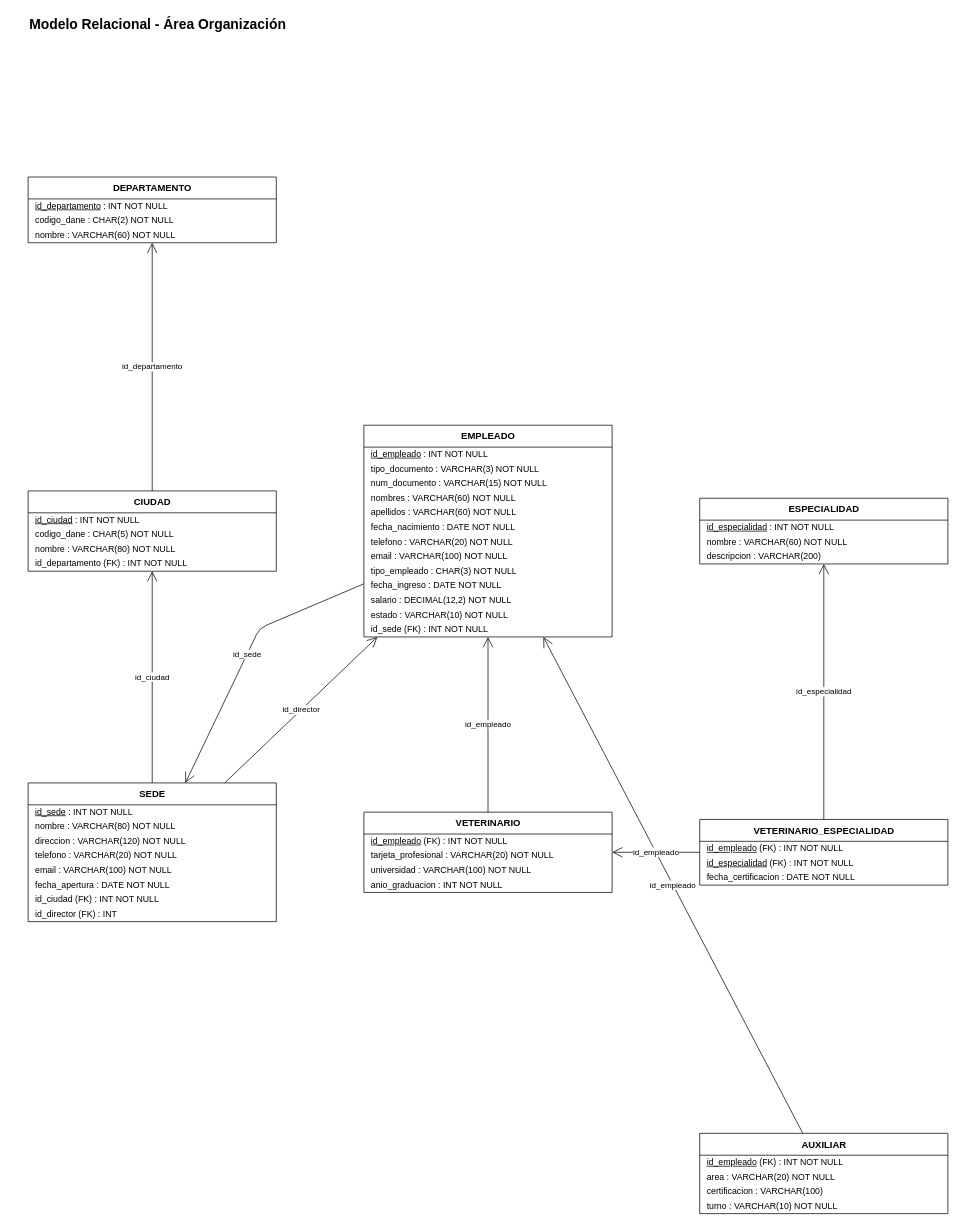
Estarlan/proyecto-bd1-sigevet keeps this draw.io diagram as documentos/fase1/diagramas_drawio/24_Relacional_Organizacion.drawio. Above is the earlier version. Source tidied: cells renumbered, new cells numbered last; positions are measured from the earlier drawing's top-left corner, leaving out a move shared by most shapes. Both pictures are drawn from the tidied source at 73%, with x=0, y=0 at pixel (28, 12).
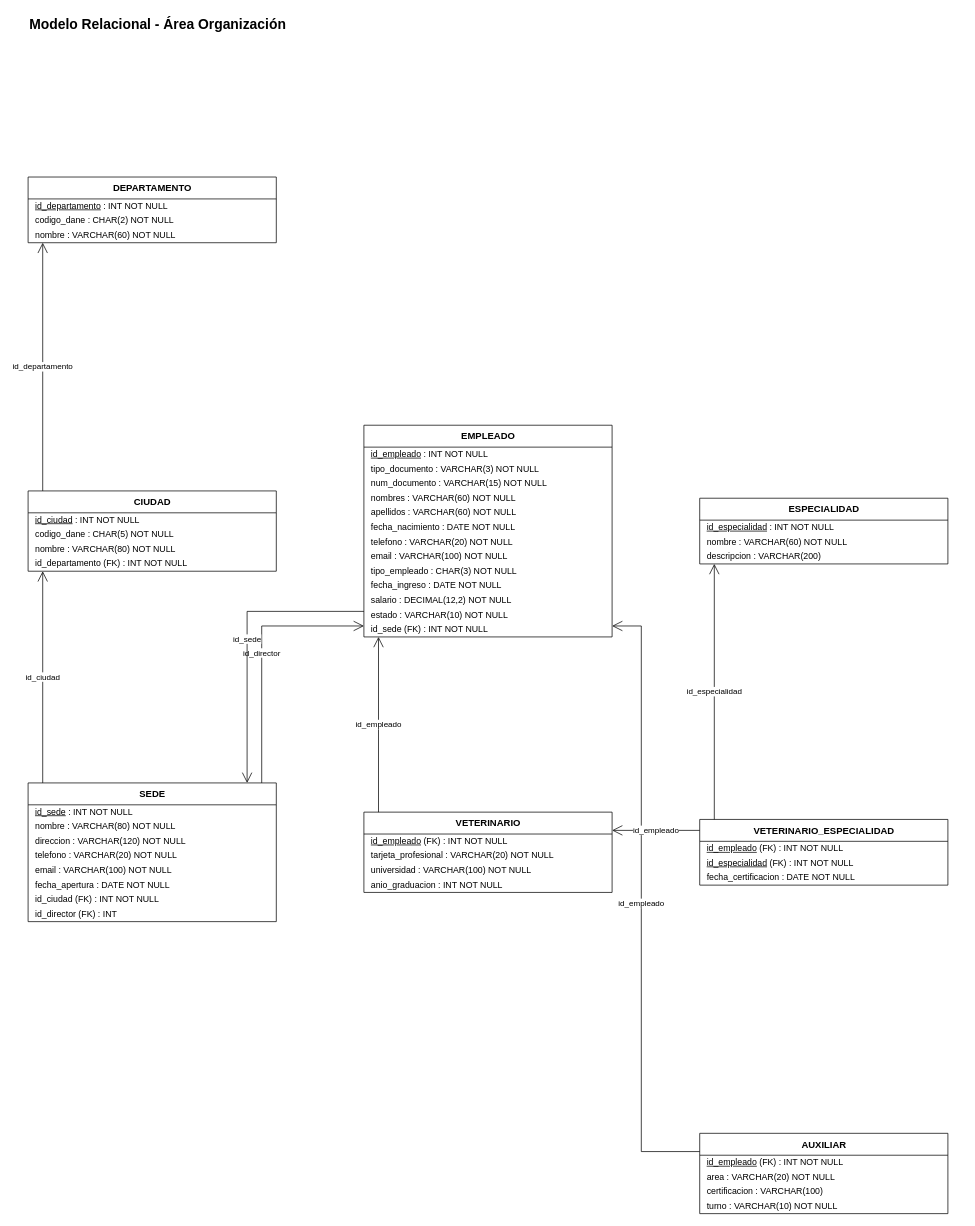
Above is the later version.

The change refers to these unchanged cells:
```xml
<mxCell id="3" value="DEPARTAMENTO" style="swimlane;fontStyle=1;horizontal=1;startSize=30;html=1;fillColor=none;swimlaneFillColor=none;fontSize=13;" parent="1" vertex="1">
  <mxGeometry y="225" width="340" height="90" as="geometry" />
</mxCell>
<mxCell id="7" value="CIUDAD" style="swimlane;fontStyle=1;horizontal=1;startSize=30;html=1;fillColor=none;swimlaneFillColor=none;fontSize=13;" parent="1" vertex="1">
  <mxGeometry y="655" width="340" height="110" as="geometry" />
</mxCell>
<mxCell id="12" value="SEDE" style="swimlane;fontStyle=1;horizontal=1;startSize=30;html=1;fillColor=none;swimlaneFillColor=none;fontSize=13;" parent="1" vertex="1">
  <mxGeometry y="1055" width="340" height="190" as="geometry" />
</mxCell>
<mxCell id="21" value="EMPLEADO" style="swimlane;fontStyle=1;horizontal=1;startSize=30;html=1;fillColor=none;swimlaneFillColor=none;fontSize=13;" parent="1" vertex="1">
  <mxGeometry x="460" y="565" width="340" height="290" as="geometry" />
</mxCell>
<mxCell id="35" value="VETERINARIO" style="swimlane;fontStyle=1;horizontal=1;startSize=30;html=1;fillColor=none;swimlaneFillColor=none;fontSize=13;" parent="1" vertex="1">
  <mxGeometry x="460" y="1095" width="340" height="110" as="geometry" />
</mxCell>
<mxCell id="40" value="AUXILIAR" style="swimlane;fontStyle=1;horizontal=1;startSize=30;html=1;fillColor=none;swimlaneFillColor=none;fontSize=13;" parent="1" vertex="1">
  <mxGeometry x="920" y="1535" width="340" height="110" as="geometry" />
</mxCell>
<mxCell id="45" value="ESPECIALIDAD" style="swimlane;fontStyle=1;horizontal=1;startSize=30;html=1;fillColor=none;swimlaneFillColor=none;fontSize=13;" parent="1" vertex="1">
  <mxGeometry x="920" y="665" width="340" height="90" as="geometry" />
</mxCell>
<mxCell id="49" value="VETERINARIO_ESPECIALIDAD" style="swimlane;fontStyle=1;horizontal=1;startSize=30;html=1;fillColor=none;swimlaneFillColor=none;fontSize=13;" parent="1" vertex="1">
  <mxGeometry x="920" y="1105" width="340" height="90" as="geometry" />
</mxCell>
```

What changed in the source:
```diff
@@
-    <mxCell id="53" value="id_departamento" style="html=1;endArrow=none;fontSize=12;labelBackgroundColor=default;endArrow=open;endFill=0;endSize=12;fontSize=11;jumpStyle=arc;jumpSize=10;" parent="1" edge="1" source="7" target="3">
-      <mxGeometry relative="1" as="geometry" />
+    <mxCell id="53" value="id_departamento" style="html=1;endArrow=none;fontSize=12;labelBackgroundColor=default;endArrow=open;endFill=0;endSize=12;fontSize=11;jumpStyle=gap;jumpSize=8;edgeStyle=none;rounded=0;exitX=0.05882353;exitY=0.00000000;exitPerimeter=0;entryX=0.05882353;entryY=1.00000000;entryPerimeter=0;" parent="1" edge="1" source="7" target="3">
+      <mxGeometry relative="1" as="geometry">
+        <Array as="points">
+          <mxPoint x="20" y="640" />
+          <mxPoint x="20" y="340" />
+        </Array>
+      </mxGeometry>
     </mxCell>
-    <mxCell id="54" value="id_ciudad" style="html=1;endArrow=none;fontSize=12;labelBackgroundColor=default;endArrow=open;endFill=0;endSize=12;fontSize=11;jumpStyle=arc;jumpSize=10;" parent="1" edge="1" source="12" target="7">
-      <mxGeometry relative="1" as="geometry" />
+    <mxCell id="54" value="id_ciudad" style="html=1;endArrow=none;fontSize=12;labelBackgroundColor=default;endArrow=open;endFill=0;endSize=12;fontSize=11;jumpStyle=gap;jumpSize=8;edgeStyle=none;rounded=0;exitX=0.05882353;exitY=0.00000000;exitPerimeter=0;entryX=0.05882353;entryY=1.00000000;entryPerimeter=0;" parent="1" edge="1" source="12" target="7">
+      <mxGeometry relative="1" as="geometry">
+        <Array as="points">
+          <mxPoint x="20" y="1040" />
+          <mxPoint x="20" y="780" />
+        </Array>
+      </mxGeometry>
     </mxCell>
-    <mxCell id="55" value="id_director" style="html=1;endArrow=none;fontSize=12;labelBackgroundColor=default;endArrow=open;endFill=0;endSize=12;fontSize=11;jumpStyle=arc;jumpSize=10;" parent="1" edge="1" source="12" target="21">
-      <mxGeometry relative="1" as="geometry" />
+    <mxCell id="55" value="id_director" style="html=1;endArrow=none;fontSize=12;labelBackgroundColor=default;endArrow=open;endFill=0;endSize=12;fontSize=11;jumpStyle=gap;jumpSize=8;edgeStyle=none;rounded=0;exitX=0.94117647;exitY=0.00000000;exitPerimeter=0;entryX=0.00000000;entryY=0.94827586;entryPerimeter=0;" parent="1" edge="1" source="12" target="21">
+      <mxGeometry relative="1" as="geometry">
+        <Array as="points">
+          <mxPoint x="320" y="1040" />
+          <mxPoint x="320" y="840" />
+          <mxPoint x="440" y="840" />
+        </Array>
+      </mxGeometry>
     </mxCell>
-    <mxCell id="56" value="id_sede" style="html=1;endArrow=none;fontSize=12;labelBackgroundColor=default;endArrow=open;endFill=0;endSize=12;fontSize=11;jumpStyle=arc;jumpSize=10;" parent="1" edge="1" source="21" target="12">
+    <mxCell id="56" value="id_sede" style="html=1;endArrow=none;fontSize=12;labelBackgroundColor=default;endArrow=open;endFill=0;endSize=12;fontSize=11;jumpStyle=gap;jumpSize=8;edgeStyle=none;rounded=0;exitX=0.00000000;exitY=0.87931034;exitPerimeter=0;entryX=0.88235294;entryY=0.00000000;entryPerimeter=0;" parent="1" edge="1" source="21" target="12">
       <mxGeometry relative="1" as="geometry">
         <Array as="points">
-          <mxPoint x="317" y="843" />
+          <mxPoint x="440" y="820" />
+          <mxPoint x="300" y="820" />
+          <mxPoint x="300" y="1040" />
         </Array>
       </mxGeometry>
     </mxCell>
-    <mxCell id="57" value="id_empleado" style="html=1;endArrow=none;fontSize=12;labelBackgroundColor=default;endArrow=open;endFill=0;endSize=12;fontSize=11;jumpStyle=arc;jumpSize=10;" parent="1" edge="1" source="35" target="21">
-      <mxGeometry relative="1" as="geometry" />
+    <mxCell id="57" value="id_empleado" style="html=1;endArrow=none;fontSize=12;labelBackgroundColor=default;endArrow=open;endFill=0;endSize=12;fontSize=11;jumpStyle=gap;jumpSize=8;edgeStyle=none;rounded=0;exitX=0.05882353;exitY=0.00000000;exitPerimeter=0;entryX=0.05882353;entryY=1.00000000;entryPerimeter=0;" parent="1" edge="1" source="35" target="21">
+      <mxGeometry relative="1" as="geometry">
+        <Array as="points">
+          <mxPoint x="480" y="1080" />
+          <mxPoint x="480" y="880" />
+        </Array>
+      </mxGeometry>
     </mxCell>
-    <mxCell id="58" value="id_empleado" style="html=1;endArrow=none;fontSize=12;labelBackgroundColor=default;endArrow=open;endFill=0;endSize=12;fontSize=11;jumpStyle=arc;jumpSize=10;" parent="1" edge="1" source="40" target="21">
-      <mxGeometry relative="1" as="geometry" />
+    <mxCell id="58" value="id_empleado" style="html=1;endArrow=none;fontSize=12;labelBackgroundColor=default;endArrow=open;endFill=0;endSize=12;fontSize=11;jumpStyle=gap;jumpSize=8;edgeStyle=none;rounded=0;exitX=0.00000000;exitY=0.22727273;exitPerimeter=0;entryX=1.00000000;entryY=0.94827586;entryPerimeter=0;" parent="1" edge="1" source="40" target="21">
+      <mxGeometry relative="1" as="geometry">
+        <Array as="points">
+          <mxPoint x="900" y="1560" />
+          <mxPoint x="840" y="1560" />
+          <mxPoint x="840" y="840" />
+          <mxPoint x="820" y="840" />
+        </Array>
+      </mxGeometry>
     </mxCell>
-    <mxCell id="59" value="id_empleado" style="html=1;endArrow=none;fontSize=12;labelBackgroundColor=default;endArrow=open;endFill=0;endSize=12;fontSize=11;jumpStyle=arc;jumpSize=10;" parent="1" edge="1" source="49" target="35">
-      <mxGeometry relative="1" as="geometry" />
+    <mxCell id="59" value="id_empleado" style="html=1;endArrow=none;fontSize=12;labelBackgroundColor=default;endArrow=open;endFill=0;endSize=12;fontSize=11;jumpStyle=gap;jumpSize=8;edgeStyle=none;rounded=0;exitX=0.00000000;exitY=0.16666667;exitPerimeter=0;entryX=1.00000000;entryY=0.22727273;entryPerimeter=0;" parent="1" edge="1" source="49" target="35">
+      <mxGeometry relative="1" as="geometry">
+        <Array as="points">
+          <mxPoint x="900" y="1120" />
+          <mxPoint x="820" y="1120" />
+        </Array>
+      </mxGeometry>
     </mxCell>
-    <mxCell id="60" value="id_especialidad" style="html=1;endArrow=none;fontSize=12;labelBackgroundColor=default;endArrow=open;endFill=0;endSize=12;fontSize=11;jumpStyle=arc;jumpSize=10;" parent="1" edge="1" source="49" target="45">
-      <mxGeometry relative="1" as="geometry" />
+    <mxCell id="60" value="id_especialidad" style="html=1;endArrow=none;fontSize=12;labelBackgroundColor=default;endArrow=open;endFill=0;endSize=12;fontSize=11;jumpStyle=gap;jumpSize=8;edgeStyle=none;rounded=0;exitX=0.05882353;exitY=0.00000000;exitPerimeter=0;entryX=0.05882353;entryY=1.00000000;entryPerimeter=0;" parent="1" edge="1" source="49" target="45">
+      <mxGeometry relative="1" as="geometry">
+        <Array as="points">
+          <mxPoint x="940" y="1080" />
+          <mxPoint x="940" y="780" />
+        </Array>
+      </mxGeometry>
     </mxCell>
```
